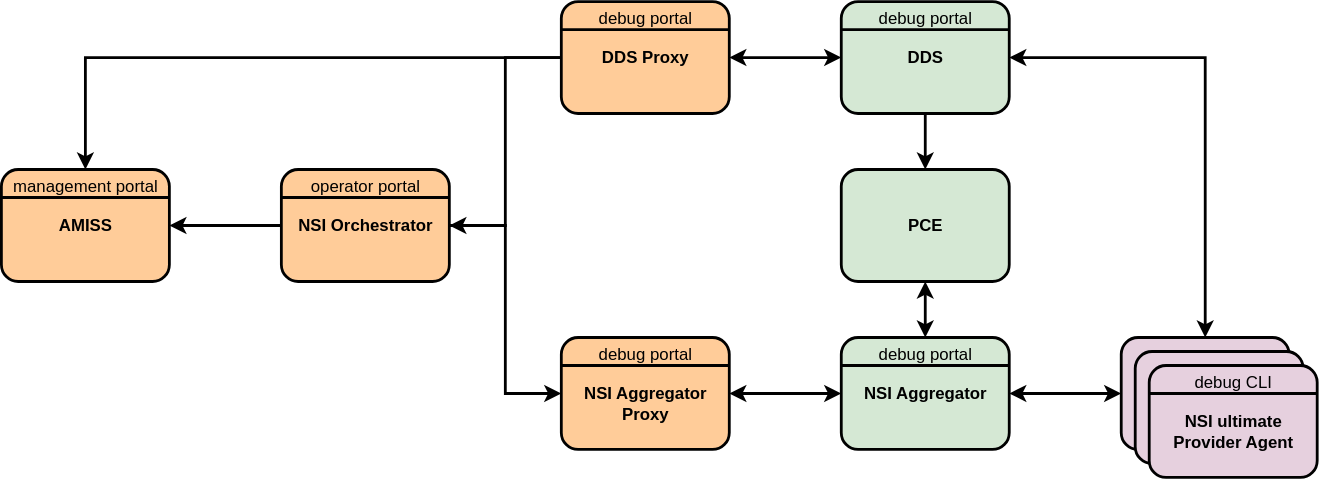
Above: artwork/ana-automation-stack.drawio.svg in workfloworchestrator/nsi-dds-proxy (draw.io), before the change. Source tidied: cells renumbered, new cells last; positions are measured from the earlier drawing's top-left corner, leaving out a move shared by most shapes.
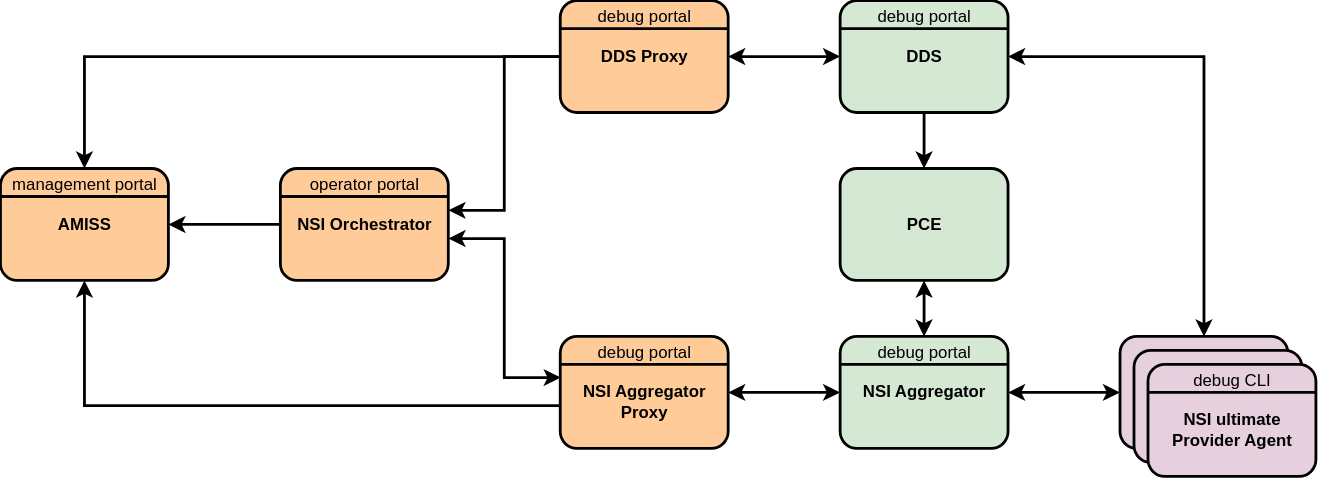
After the change.

Commit message:
Add AMISS to Aggregator Proxy edge to the architecture diagram

- Update the diagram with the AMISS to NSI Aggregator Proxy dependency
- Name the NSI Aggregator Proxy as a third AMISS upstream in the component description

Change to the diagram source:
```diff
@@ -2,10 +2,10 @@
   <root>
     <mxCell id="0" />
     <mxCell id="1" parent="0" />
-    <mxCell id="2" style="edgeStyle=orthogonalEdgeStyle;rounded=0;jettySize=auto;html=1;entryX=0;entryY=0.5;entryDx=0;entryDy=0;endArrow=none;endFill=0;strokeWidth=2;" parent="1" edge="1" source="5" target="7">
+    <mxCell id="2" style="edgeStyle=orthogonalEdgeStyle;rounded=0;jettySize=auto;html=1;entryX=0;entryY=0.5;entryDx=0;entryDy=0;endArrow=none;endFill=0;strokeWidth=2;exitX=1.001;exitY=0.374;exitDx=0;exitDy=0;startArrow=classic;startFill=1;exitPerimeter=0;" parent="1" edge="1" source="5" target="7">
       <mxGeometry relative="1" as="geometry" />
     </mxCell>
-    <mxCell id="3" style="edgeStyle=orthogonalEdgeStyle;rounded=0;jettySize=auto;html=1;entryX=0;entryY=0.5;entryDx=0;entryDy=0;startArrow=classic;startFill=1;strokeWidth=2;" parent="1" edge="1" source="5" target="9">
+    <mxCell id="3" style="edgeStyle=orthogonalEdgeStyle;rounded=0;jettySize=auto;html=1;entryX=0.003;entryY=0.368;entryDx=0;entryDy=0;startArrow=classic;startFill=1;strokeWidth=2;entryPerimeter=0;exitX=1.001;exitY=0.626;exitDx=0;exitDy=0;exitPerimeter=0;" parent="1" edge="1" source="5" target="9">
       <mxGeometry relative="1" as="geometry" />
     </mxCell>
     <mxCell id="4" style="edgeStyle=orthogonalEdgeStyle;rounded=0;jettySize=auto;html=1;exitX=0;exitY=0.5;exitDx=0;exitDy=0;entryX=1;entryY=0.5;entryDx=0;entryDy=0;strokeWidth=2;" parent="1" edge="1" source="5" target="26">
@@ -83,5 +83,8 @@
     <mxCell id="28" style="edgeStyle=orthogonalEdgeStyle;rounded=0;jettySize=auto;html=1;exitX=0;exitY=0.5;exitDx=0;exitDy=0;entryX=0.5;entryY=0;entryDx=0;entryDy=0;strokeWidth=2;" parent="1" edge="1" source="7" target="26">
       <mxGeometry relative="1" as="geometry" />
     </mxCell>
+    <mxCell id="29" style="edgeStyle=orthogonalEdgeStyle;rounded=0;jettySize=auto;html=1;exitX=-0.001;exitY=0.618;exitDx=0;exitDy=0;entryX=0.5;entryY=1;entryDx=0;entryDy=0;strokeWidth=2;exitPerimeter=0;" parent="1" edge="1" source="9" target="26">
+      <mxGeometry relative="1" as="geometry" />
+    </mxCell>
   </root>
 </mxGraphModel>
```
